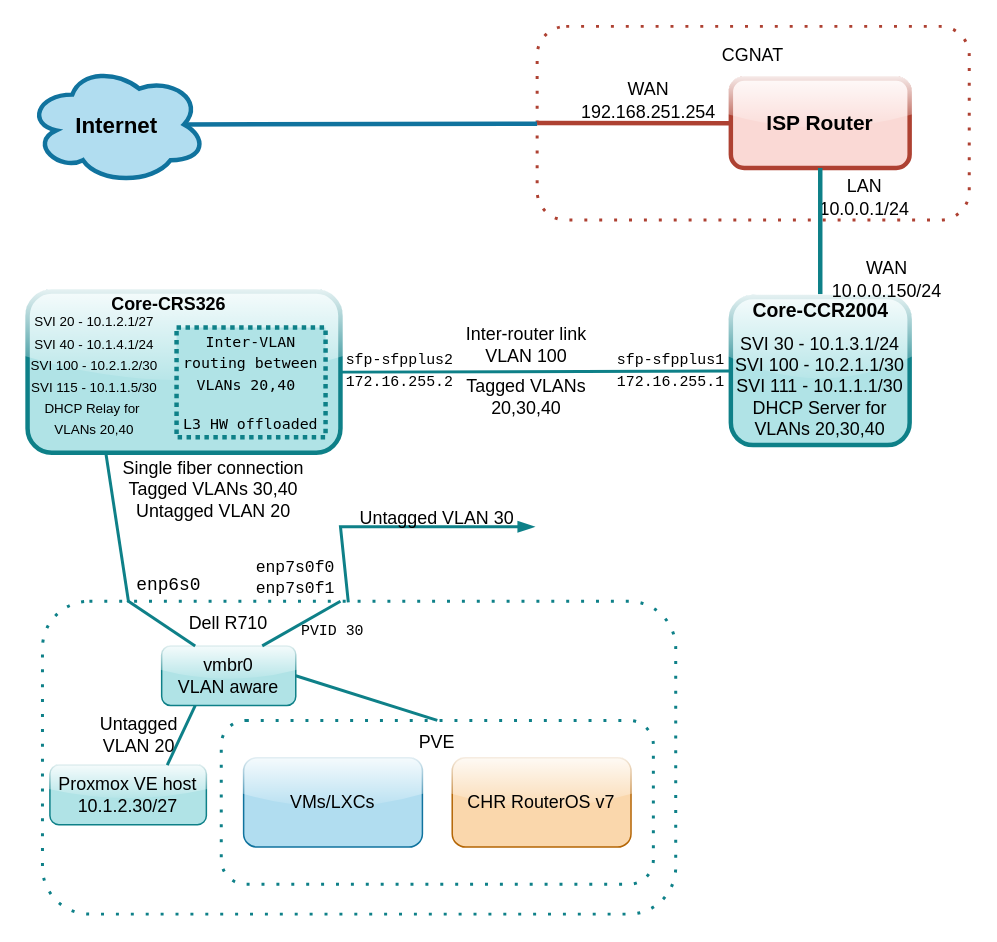
Above: media/topology.drawio in Andreansx/Networking-lab (draw.io), before the change. Source tidied: cells renumbered, new cells numbered last; positions are measured from the earlier drawing's top-left corner, leaving out a move shared by most shapes. Both pictures are drawn from the tidied source at 149%, with x=0, y=0 at pixel (27, 25).
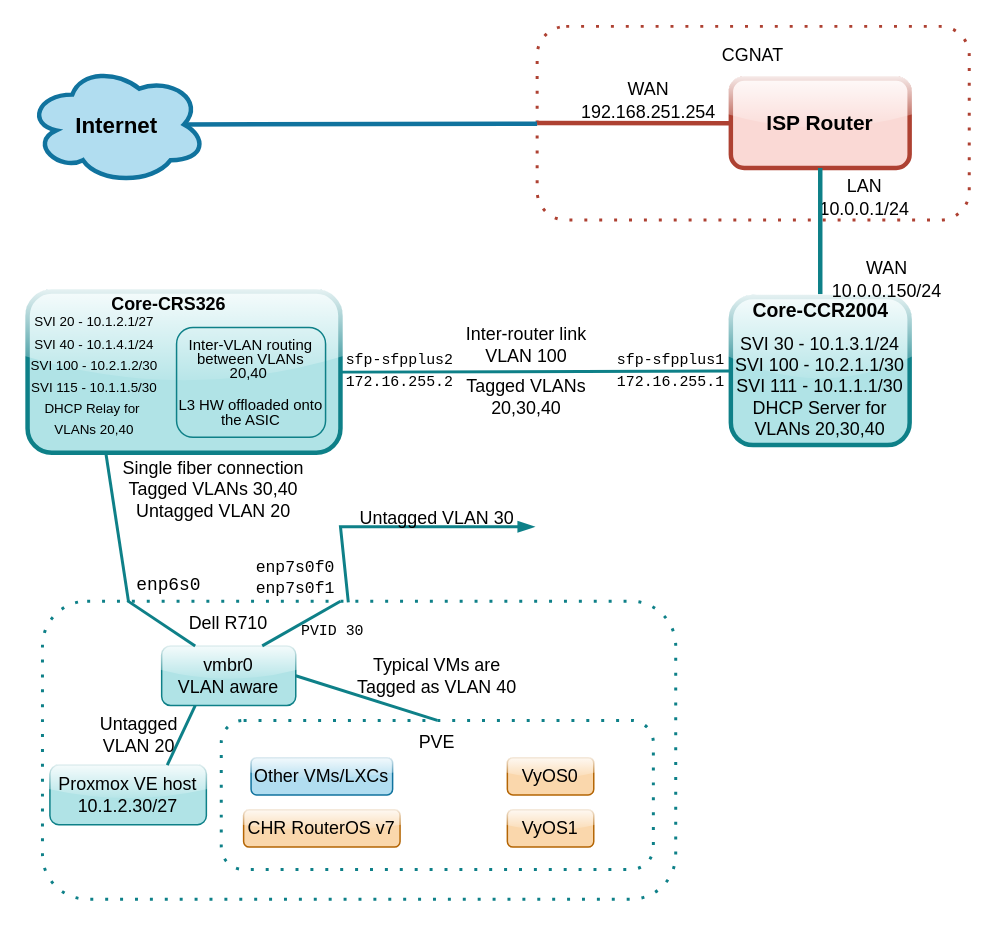
Above is the later version.

What changed in the source:
```diff
@@
     <mxCell id="21" style="rounded=1;whiteSpace=wrap;html=1;fillColor=none;dashed=1;dashPattern=1 4;strokeColor=#0e8088;strokeWidth=2;" parent="1" vertex="1">
-      <mxGeometry x="10" y="386" width="425" height="210" as="geometry" />
+      <mxGeometry x="10" y="386" width="425" height="200" as="geometry" />
     </mxCell>
@@
-    <mxCell id="30" value="&lt;p&gt;&lt;font face=&quot;Lucida Console&quot; style=&quot;font-size: 10px;&quot;&gt;Inter-VLAN routing between VLANs 20,40&amp;nbsp;&lt;/font&gt;&lt;/p&gt;&lt;p&gt;&lt;font face=&quot;Lucida Console&quot; style=&quot;font-size: 10px;&quot;&gt;L3 HW offloaded&lt;/font&gt;&lt;/p&gt;" style="text;html=1;align=center;verticalAlign=middle;whiteSpace=wrap;rounded=0;fillColor=#b0e3e6;strokeColor=#0e8088;strokeWidth=3;dashed=1;dashPattern=1 1;" parent="1" vertex="1">
+    <mxCell id="30" value="&lt;div style=&quot;line-height: 80%;&quot;&gt;&lt;p&gt;&lt;font face=&quot;Helvetica&quot; style=&quot;font-size: 10px; line-height: 80%;&quot;&gt;Inter-VLAN routing between VLANs 20,40&amp;nbsp;&lt;/font&gt;&lt;/p&gt;&lt;p&gt;&lt;font face=&quot;Helvetica&quot; style=&quot;font-size: 10px; line-height: 80%;&quot;&gt;L3 HW offloaded onto the ASIC&lt;/font&gt;&lt;/p&gt;&lt;/div&gt;" style="text;html=1;align=center;verticalAlign=middle;whiteSpace=wrap;rounded=1;fillColor=none;strokeColor=#0e8088;strokeWidth=1;glass=1;" parent="1" vertex="1">
       <mxGeometry x="100" y="202.3" width="100" height="73.7" as="geometry" />
     </mxCell>
@@
     <mxCell id="37" style="rounded=1;whiteSpace=wrap;html=1;fillColor=none;strokeColor=#0e8088;dashed=1;dashPattern=1 4;strokeWidth=2;" parent="1" vertex="1">
-      <mxGeometry x="130" y="466" width="290" height="110" as="geometry" />
+      <mxGeometry x="130" y="466" width="290" height="100" as="geometry" />
     </mxCell>
@@
-    <mxCell id="42" value="VMs/LXCs" style="rounded=1;whiteSpace=wrap;html=1;glass=1;fillColor=#b1ddf0;strokeColor=#10739e;" parent="1" vertex="1">
-      <mxGeometry x="145" y="491" width="120" height="60" as="geometry" />
+    <mxCell id="42" value="Other VMs/LXCs" style="rounded=1;whiteSpace=wrap;html=1;glass=1;fillColor=#b1ddf0;strokeColor=#10739e;" parent="1" vertex="1">
+      <mxGeometry x="150" y="491" width="95" height="25" as="geometry" />
     </mxCell>
     <mxCell id="43" value="CHR RouterOS v7" style="rounded=1;whiteSpace=wrap;html=1;fillColor=#fad7ac;strokeColor=#b46504;glass=1;" parent="1" vertex="1">
-      <mxGeometry x="285" y="491" width="120" height="60" as="geometry" />
+      <mxGeometry x="145" y="526" width="105" height="25" as="geometry" />
     </mxCell>
+    <mxCell id="44" value="VyOS0" style="rounded=1;whiteSpace=wrap;html=1;fillColor=#fad7ac;strokeColor=#b46504;glass=1;" parent="1" vertex="1">
+      <mxGeometry x="322" y="491" width="58" height="25" as="geometry" />
+    </mxCell>
+    <mxCell id="45" value="VyOS1" style="rounded=1;whiteSpace=wrap;html=1;fillColor=#fad7ac;strokeColor=#b46504;glass=1;" parent="1" vertex="1">
+      <mxGeometry x="322" y="526" width="58" height="25" as="geometry" />
+    </mxCell>
+    <mxCell id="46" value="Typical VMs are Tagged as VLAN 40" style="text;html=1;align=center;verticalAlign=middle;whiteSpace=wrap;rounded=0;" parent="1" vertex="1">
+      <mxGeometry x="220" y="416" width="110" height="40" as="geometry" />
+    </mxCell>
```
